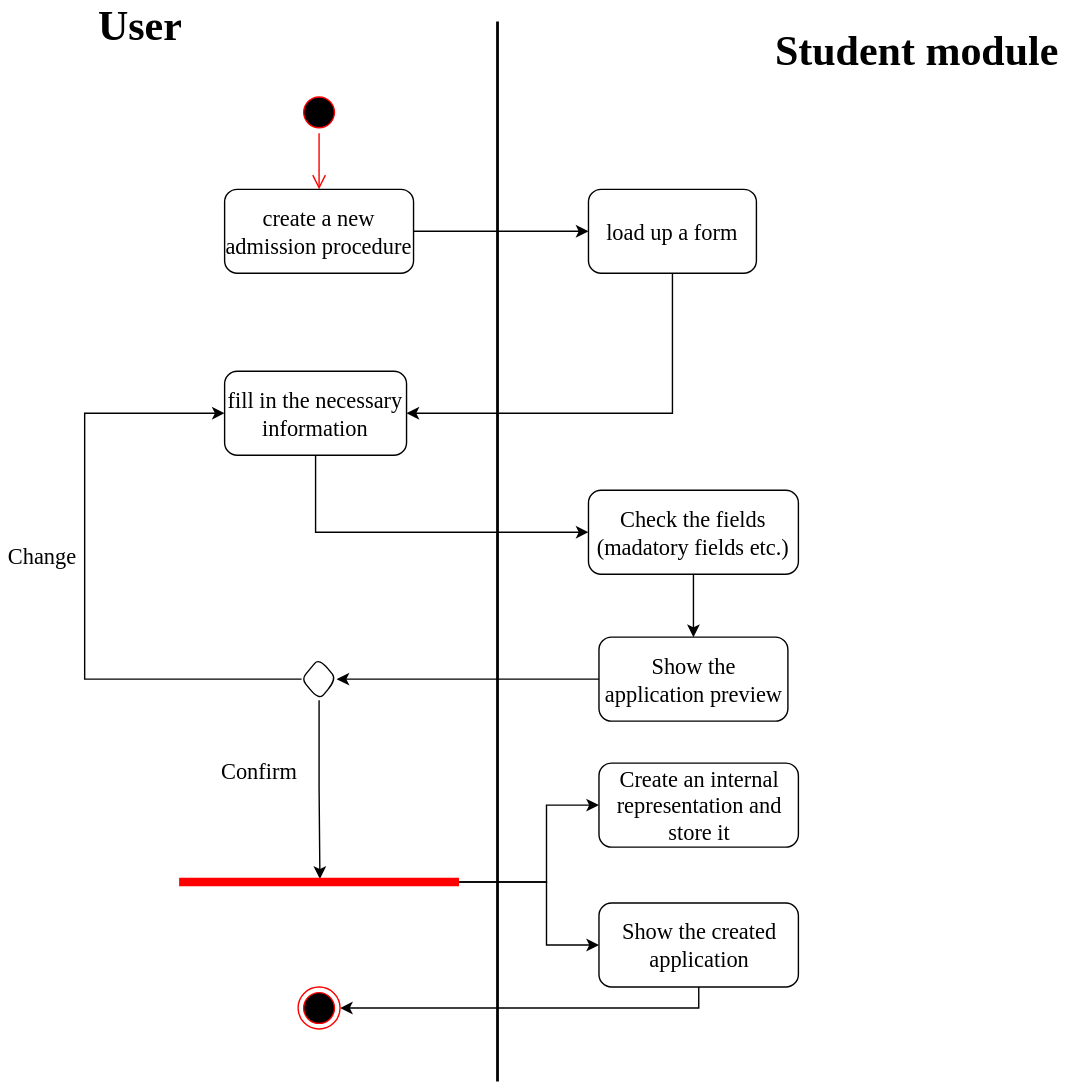
Kwantigon/software-engineering-intro keeps this draw.io diagram as activity-diagrams/create-admission-procedure.svg. Above is the earlier version. Source tidied: cells renumbered, new cells last; positions are measured from the earlier drawing's top-left corner, leaving out a move shared by most shapes.
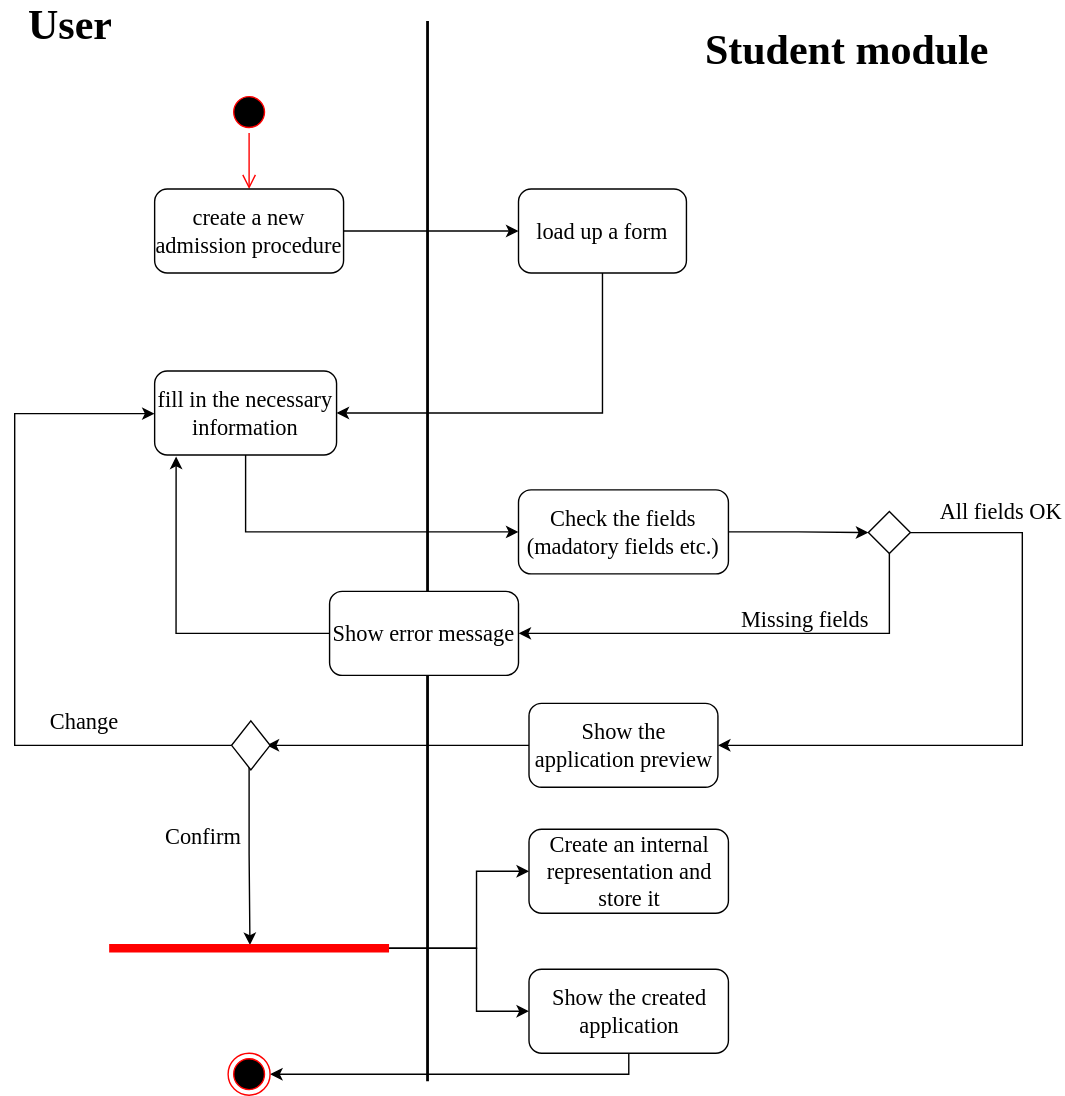
The same file after the commit.

The edit, as a diff of the source:
```diff
@@ -45,72 +45,111 @@
     <mxCell id="12" value="Student module" style="text;html=1;strokeColor=none;fillColor=none;align=center;verticalAlign=middle;whiteSpace=wrap;rounded=0;fontFamily=Times New Roman;fontSize=30;fontStyle=1;" parent="1" vertex="1">
       <mxGeometry x="550" y="10" width="210" height="45" as="geometry" />
     </mxCell>
-    <mxCell id="13" style="edgeStyle=orthogonalEdgeStyle;rounded=0;jettySize=auto;html=1;fontFamily=Times New Roman;fontSize=30;" parent="1" edge="1" source="14" target="16">
+    <mxCell id="13" style="edgeStyle=orthogonalEdgeStyle;rounded=0;jettySize=auto;html=1;fontFamily=Times New Roman;fontSize=30;" parent="1" edge="1" source="14" target="32">
       <mxGeometry relative="1" as="geometry" />
     </mxCell>
     <mxCell id="14" value="Check the fields (madatory fields etc.)" style="whiteSpace=wrap;html=1;rounded=1;fontFamily=Times New Roman;fontSize=16;" parent="1" vertex="1">
       <mxGeometry x="420" y="347.5" width="150" height="60" as="geometry" />
     </mxCell>
-    <mxCell id="15" style="edgeStyle=orthogonalEdgeStyle;rounded=0;jettySize=auto;html=1;fontFamily=Times New Roman;fontSize=30;" parent="1" edge="1" source="16" target="19">
-      <mxGeometry relative="1" as="geometry" />
+    <mxCell id="15" style="edgeStyle=orthogonalEdgeStyle;rounded=0;jettySize=auto;html=1;fontFamily=Times New Roman;fontSize=30;" parent="1" edge="1" source="16">
+      <mxGeometry relative="1" as="geometry">
+        <mxPoint x="240" y="530" as="targetPoint" />
+      </mxGeometry>
     </mxCell>
     <mxCell id="16" value="Show the application preview" style="whiteSpace=wrap;html=1;rounded=1;fontFamily=Times New Roman;fontSize=16;" parent="1" vertex="1">
-      <mxGeometry x="427.5" y="452.5" width="135" height="60" as="geometry" />
+      <mxGeometry x="427.5" y="500" width="135" height="60" as="geometry" />
     </mxCell>
-    <mxCell id="17" style="edgeStyle=orthogonalEdgeStyle;rounded=0;jettySize=auto;html=1;fontFamily=Times New Roman;fontSize=30;" parent="1" edge="1" source="19" target="10">
+    <mxCell id="17" style="edgeStyle=orthogonalEdgeStyle;rounded=0;jettySize=auto;html=1;fontFamily=Times New Roman;fontSize=30;" parent="1" edge="1" target="10">
       <mxGeometry relative="1" as="geometry">
+        <mxPoint x="215" y="530" as="sourcePoint" />
         <Array as="points">
-          <mxPoint x="60" y="482.5" />
-          <mxPoint x="60" y="292.5" />
+          <mxPoint x="60" y="530" />
+          <mxPoint x="60" y="293" />
         </Array>
       </mxGeometry>
     </mxCell>
-    <mxCell id="18" style="edgeStyle=orthogonalEdgeStyle;rounded=0;jettySize=auto;html=1;entryX=0.503;entryY=0.273;entryDx=0;entryDy=0;entryPerimeter=0;fontFamily=Times New Roman;fontSize=16;" parent="1" edge="1" source="19" target="24">
-      <mxGeometry relative="1" as="geometry" />
+    <mxCell id="18" style="edgeStyle=orthogonalEdgeStyle;rounded=0;jettySize=auto;html=1;entryX=0.503;entryY=0.273;entryDx=0;entryDy=0;entryPerimeter=0;fontFamily=Times New Roman;fontSize=16;" parent="1" edge="1" target="24">
+      <mxGeometry relative="1" as="geometry">
+        <mxPoint x="227.5" y="545" as="sourcePoint" />
+      </mxGeometry>
     </mxCell>
-    <mxCell id="19" style="rhombus;whiteSpace=wrap;html=1;rounded=1;fontFamily=Times New Roman;fontSize=16;" parent="1" vertex="1">
-      <mxGeometry x="215" y="467.5" width="25" height="30" as="geometry" />
-    </mxCell>
     <mxCell id="20" value="Change" style="text;html=1;strokeColor=none;fillColor=none;align=center;verticalAlign=middle;whiteSpace=wrap;rounded=0;fontFamily=Times New Roman;fontSize=16;" parent="1" vertex="1">
-      <mxGeometry y="382.5" width="60" height="25" as="geometry" />
+      <mxGeometry x="80" y="500" width="60" height="25" as="geometry" />
     </mxCell>
     <mxCell id="21" value="Confirm" style="text;html=1;strokeColor=none;fillColor=none;align=center;verticalAlign=middle;whiteSpace=wrap;rounded=0;fontFamily=Times New Roman;fontSize=16;" parent="1" vertex="1">
-      <mxGeometry x="150" y="532.5" width="70" height="30" as="geometry" />
+      <mxGeometry x="160" y="580" width="70" height="30" as="geometry" />
     </mxCell>
     <mxCell id="22" style="edgeStyle=orthogonalEdgeStyle;rounded=0;jettySize=auto;html=1;fontFamily=Times New Roman;fontSize=16;" parent="1" edge="1" source="24" target="25">
       <mxGeometry relative="1" as="geometry">
         <Array as="points">
-          <mxPoint x="390" y="627.5" />
-          <mxPoint x="390" y="572.5" />
+          <mxPoint x="390" y="675" />
+          <mxPoint x="390" y="620" />
         </Array>
       </mxGeometry>
     </mxCell>
     <mxCell id="23" style="edgeStyle=orthogonalEdgeStyle;rounded=0;jettySize=auto;html=1;entryX=0;entryY=0.5;entryDx=0;entryDy=0;fontFamily=Times New Roman;fontSize=16;" parent="1" edge="1" source="24" target="27">
       <mxGeometry relative="1" as="geometry">
         <Array as="points">
-          <mxPoint x="390" y="627.5" />
-          <mxPoint x="390" y="672.5" />
+          <mxPoint x="390" y="675" />
+          <mxPoint x="390" y="720" />
         </Array>
       </mxGeometry>
     </mxCell>
     <mxCell id="24" style="shape=line;html=1;strokeWidth=6;strokeColor=#ff0000;fontFamily=Times New Roman;fontSize=16;" parent="1" vertex="1">
-      <mxGeometry x="127.5" y="622.5" width="200" height="10" as="geometry" />
+      <mxGeometry x="127.5" y="670" width="200" height="10" as="geometry" />
     </mxCell>
     <mxCell id="25" value="&lt;font face=&quot;Times New Roman&quot; style=&quot;font-size: 16px&quot;&gt;Create an internal representation and store it&lt;/font&gt;" style="rounded=1;whiteSpace=wrap;html=1;" parent="1" vertex="1">
-      <mxGeometry x="427.5" y="542.5" width="142.5" height="60" as="geometry" />
+      <mxGeometry x="427.5" y="590" width="142.5" height="60" as="geometry" />
     </mxCell>
     <mxCell id="26" style="edgeStyle=orthogonalEdgeStyle;rounded=0;jettySize=auto;html=1;fontFamily=Times New Roman;fontSize=16;entryX=1;entryY=0.5;entryDx=0;entryDy=0;" parent="1" edge="1" source="27" target="28">
       <mxGeometry relative="1" as="geometry">
         <Array as="points">
-          <mxPoint x="499" y="718" />
+          <mxPoint x="499" y="765.5" />
         </Array>
       </mxGeometry>
     </mxCell>
     <mxCell id="27" value="Show the created application" style="rounded=1;whiteSpace=wrap;html=1;fontFamily=Times New Roman;fontSize=16;" parent="1" vertex="1">
-      <mxGeometry x="427.5" y="642.5" width="142.5" height="60" as="geometry" />
+      <mxGeometry x="427.5" y="690" width="142.5" height="60" as="geometry" />
     </mxCell>
     <mxCell id="28" style="ellipse;html=1;shape=endState;fillColor=#000000;strokeColor=#ff0000;fontFamily=Times New Roman;fontSize=16;" parent="1" vertex="1">
-      <mxGeometry x="212.5" y="702.5" width="30" height="30" as="geometry" />
+      <mxGeometry x="212.5" y="750" width="30" height="30" as="geometry" />
     </mxCell>
+    <mxCell id="29" style="rhombus;whiteSpace=wrap;html=1;" parent="1" vertex="1">
+      <mxGeometry x="215" y="512.5" width="27.5" height="35" as="geometry" />
+    </mxCell>
+    <mxCell id="30" style="edgeStyle=orthogonalEdgeStyle;rounded=0;jettySize=auto;html=1;entryX=1;entryY=0.5;entryDx=0;entryDy=0;" parent="1" edge="1" source="32" target="16">
+      <mxGeometry relative="1" as="geometry">
+        <Array as="points">
+          <mxPoint x="780" y="378" />
+          <mxPoint x="780" y="530" />
+        </Array>
+      </mxGeometry>
+    </mxCell>
+    <mxCell id="31" style="edgeStyle=orthogonalEdgeStyle;rounded=0;jettySize=auto;html=1;entryX=1;entryY=0.5;entryDx=0;entryDy=0;" parent="1" edge="1" source="32" target="34">
+      <mxGeometry relative="1" as="geometry">
+        <Array as="points">
+          <mxPoint x="685" y="450" />
+        </Array>
+      </mxGeometry>
+    </mxCell>
+    <mxCell id="32" style="rhombus;whiteSpace=wrap;html=1;" parent="1" vertex="1">
+      <mxGeometry x="670" y="363" width="30" height="30" as="geometry" />
+    </mxCell>
+    <mxCell id="33" style="edgeStyle=orthogonalEdgeStyle;rounded=0;jettySize=auto;html=1;entryX=0.118;entryY=1.019;entryDx=0;entryDy=0;entryPerimeter=0;" parent="1" edge="1" source="34" target="10">
+      <mxGeometry relative="1" as="geometry">
+        <Array as="points">
+          <mxPoint x="175" y="450" />
+        </Array>
+      </mxGeometry>
+    </mxCell>
+    <mxCell id="34" value="&lt;font style=&quot;font-size: 16px&quot; face=&quot;Times New Roman&quot;&gt;Show error message&lt;/font&gt;" style="rounded=1;whiteSpace=wrap;html=1;" parent="1" vertex="1">
+      <mxGeometry x="285" y="420" width="135" height="60" as="geometry" />
+    </mxCell>
+    <mxCell id="35" value="&lt;font face=&quot;Times New Roman&quot; style=&quot;font-size: 16px&quot;&gt;All fields OK&lt;/font&gt;" style="text;html=1;strokeColor=none;fillColor=none;align=center;verticalAlign=middle;whiteSpace=wrap;rounded=0;" parent="1" vertex="1">
+      <mxGeometry x="720" y="347.5" width="90" height="30" as="geometry" />
+    </mxCell>
+    <mxCell id="36" value="&lt;font style=&quot;font-size: 16px&quot; face=&quot;Times New Roman&quot;&gt;Missing fields&lt;/font&gt;" style="text;html=1;strokeColor=none;fillColor=none;align=center;verticalAlign=middle;whiteSpace=wrap;rounded=0;" parent="1" vertex="1">
+      <mxGeometry x="570" y="420" width="110" height="40" as="geometry" />
+    </mxCell>
   </root>
 </mxGraphModel>
```
